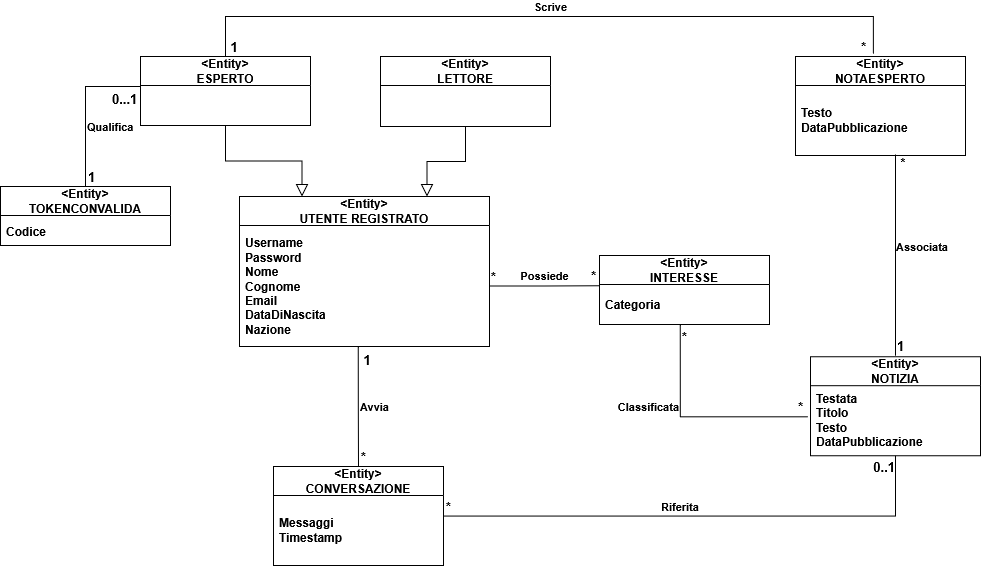
The draw.io diagram docs/diagrams_src/RAD_Diagrams/ClassDiagram.png in AndreaRainone/FARIS, before a commit. Source tidied: cells renumbered, new cells last; positions are measured from the earlier drawing's top-left corner, leaving out a move shared by most shapes.
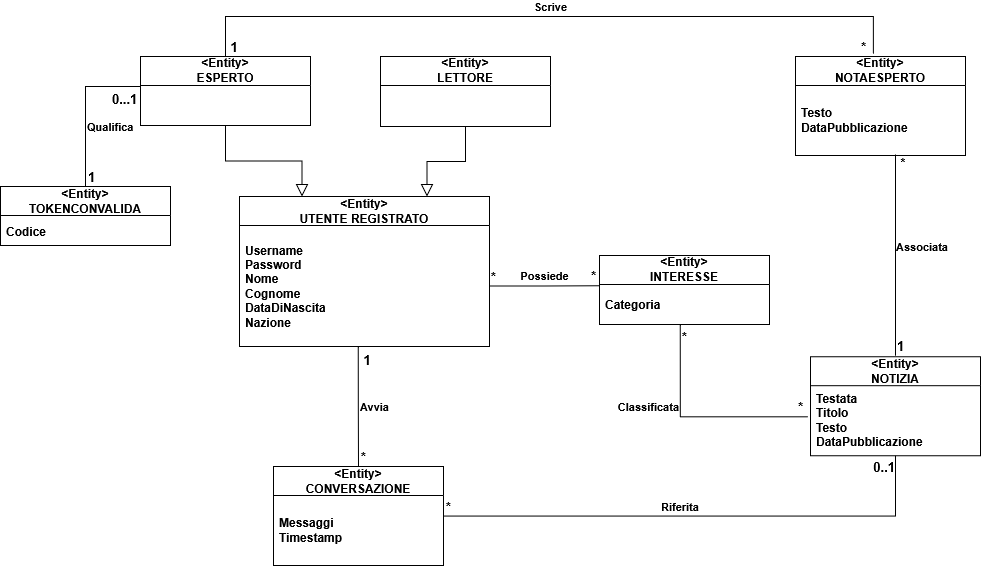
Later version of the same file.

Diff of the diagram source:
```diff
@@ -8,7 +8,7 @@
     <mxCell id="3" value="&amp;lt;Entity&amp;gt;&lt;br&gt;UTENTE REGISTRATO" style="swimlane;fontStyle=1;align=center;verticalAlign=middle;horizontal=1;startSize=29;html=1;whiteSpace=wrap;" parent="1" vertex="1">
       <mxGeometry x="239" y="180" width="250" height="150" as="geometry" />
     </mxCell>
-    <mxCell id="4" value="&lt;div&gt;&lt;b&gt;Username&lt;/b&gt;&lt;/div&gt;&lt;div&gt;&lt;b&gt;Password&lt;br&gt;Nome&lt;/b&gt;&lt;/div&gt;&lt;div&gt;&lt;b&gt;Cognome&lt;/b&gt;&lt;/div&gt;&lt;div&gt;&lt;b&gt;Email&lt;/b&gt;&lt;/div&gt;&lt;div&gt;&lt;b&gt;DataDiNascita&lt;/b&gt;&lt;/div&gt;&lt;div&gt;&lt;b&gt;Nazione&lt;/b&gt;&lt;/div&gt;" style="text;html=1;strokeColor=none;fillColor=none;align=left;verticalAlign=middle;spacingLeft=4;spacingRight=4;overflow=hidden;points=[[0,0.5],[1,0.5]];portConstraint=eastwest;whiteSpace=wrap;" parent="3" vertex="1">
+    <mxCell id="4" value="&lt;div&gt;&lt;b&gt;Username&lt;/b&gt;&lt;/div&gt;&lt;div&gt;&lt;b&gt;Password&lt;br&gt;Nome&lt;/b&gt;&lt;/div&gt;&lt;div&gt;&lt;b&gt;Cognome&lt;/b&gt;&lt;/div&gt;&lt;div&gt;&lt;b&gt;DataDiNascita&lt;/b&gt;&lt;/div&gt;&lt;div&gt;&lt;b&gt;Nazione&lt;/b&gt;&lt;/div&gt;" style="text;html=1;strokeColor=none;fillColor=none;align=left;verticalAlign=middle;spacingLeft=4;spacingRight=4;overflow=hidden;points=[[0,0.5],[1,0.5]];portConstraint=eastwest;whiteSpace=wrap;" parent="3" vertex="1">
       <mxGeometry y="29" width="250" height="121" as="geometry" />
     </mxCell>
     <mxCell id="5" style="edgeStyle=orthogonalEdgeStyle;rounded=0;jettySize=auto;html=1;defaultLabelBackgroundColor=page;endArrow=block;endFill=0;startSize=10;endSize=10;entryX=0.75;entryY=0;entryDx=0;entryDy=0;" parent="1" edge="1" source="6" target="3">
```
